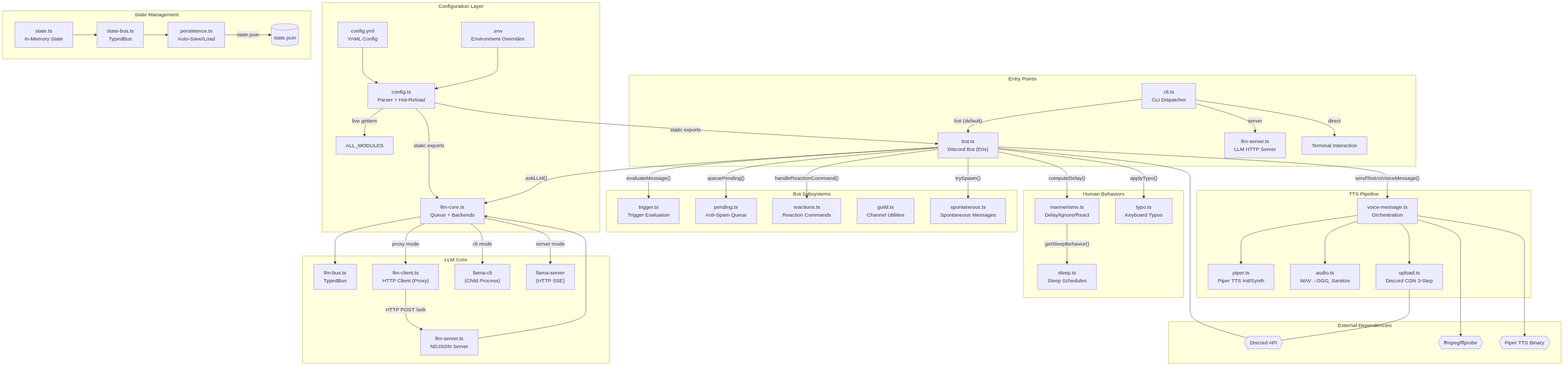
protocol-luna/krystal keeps this Mermaid diagram as state-machines/output/01-architecture-overview.png. Above is the earlier version. Its source is kept beside it as state-machines/01-architecture-overview.mmd. Its diagram source:
```mermaid
graph TB
    subgraph "Entry Points"
        CLI["cli.ts<br/>CLI Dispatcher"] -->|"bot (default)"| BOT["bot.ts<br/>Discord Bot (Eris)"]
        CLI -->|"server"| SRV["llm-server.ts<br/>LLM HTTP Server"]
        CLI -->|"direct"| DIRECT["Terminal Interaction"]
    end

    subgraph "Configuration Layer"
        CFG["config.yml<br/>YAML Config"] --> CFG_TS["config.ts<br/>Parser + Hot-Reload"]
        ENV[".env<br/>Environment Overrides"] --> CFG_TS
        CFG_TS -->|"static exports"| BOT
        CFG_TS -->|"static exports"| LLMCORE
        CFG_TS -->|"live getters"| ALL_MODULES
    end

    subgraph "LLM Core"
        LLMCORE["llm-core.ts<br/>Queue + Backends"]
        LLMBUS["llm-bus.ts<br/>TypedBus<LLMEvents>"]
        LLMCLIENT["llm-client.ts<br/>HTTP Client (Proxy)"]
        LLMSRV["llm-server.ts<br/>NDJSON Server"]

        LLMCORE --> LLMBUS
        LLMCORE -->|"proxy mode"| LLMCLIENT
        LLMCLIENT -->|"HTTP POST /ask"| LLMSRV
        LLMSRV --> LLMCORE
        LLMCORE -->|"cli mode"| LLAMACLI["llama-cli<br/>(Child Process)"]
        LLMCORE -->|"server mode"| LLAMASRV["llama-server<br/>(HTTP SSE)"]
    end

    subgraph "State Management"
        STATE["state.ts<br/>In-Memory State"]
        STATEBUS["state-bus.ts<br/>TypedBus<StateEvents>"]
        PERSIST["persistence.ts<br/>Auto-Save/Load"]
        STATE --> STATEBUS
        STATEBUS --> PERSIST
        PERSIST -->|"state.json"| DISK[(state.json)]
    end

    subgraph "Bot Subsystems"
        BOT
        TRIGGER["trigger.ts<br/>Trigger Evaluation"]
        PENDING["pending.ts<br/>Anti-Spam Queue"]
        REACTIONS["reactions.ts<br/>Reaction Commands"]
        GUILD["guild.ts<br/>Channel Utilities"]
        BOT -->|"evaluateMessage()"| TRIGGER
        BOT -->|"queuePending()"| PENDING
        BOT -->|"handleReactionCommand()"| REACTIONS
        SPONT["spontaneous.ts<br/>Spontaneous Messages"]
        BOT -->|"trySpawn()"| SPONT
    end

    subgraph "Human Behaviors"
        MANNER["mannerisms.ts<br/>Delay/Ignore/React"]
        SLEEP["sleep.ts<br/>Sleep Schedules"]
        TYPO["typo.ts<br/>Keyboard Typos"]
        MANNER -->|"getSleepBehavior()"| SLEEP
    end

    subgraph "TTS Pipeline"
        PIPER["piper.ts<br/>Piper TTS Init/Synth"]
        AUDIO["audio.ts<br/>WAV→OGG, Sanitize"]
        UPLOAD["upload.ts<br/>Discord CDN 3-Step"]
        VOICE["voice-message.ts<br/>Orchestration"]
        VOICE --> PIPER
        VOICE --> AUDIO
        VOICE --> UPLOAD
    end

    subgraph "External Dependencies"
        DISCORD{{"Discord API"}}
        FFMPEG{{"ffmpeg/ffprobe"}}
        PIPER_BIN{{"Piper TTS Binary"}}
        LLAMACLI
        LLAMASRV
    end

    BOT -->|"askLLM()"| LLMCORE
    BOT -->|"sendTextAsVoiceMessage()"| VOICE
    BOT -->|"computeDelay()"| MANNER
    BOT -->|"applyTypo()"| TYPO
    BOT --- DISCORD
    UPLOAD --- DISCORD
    VOICE --> PIPER_BIN
    VOICE --> FFMPEG
```
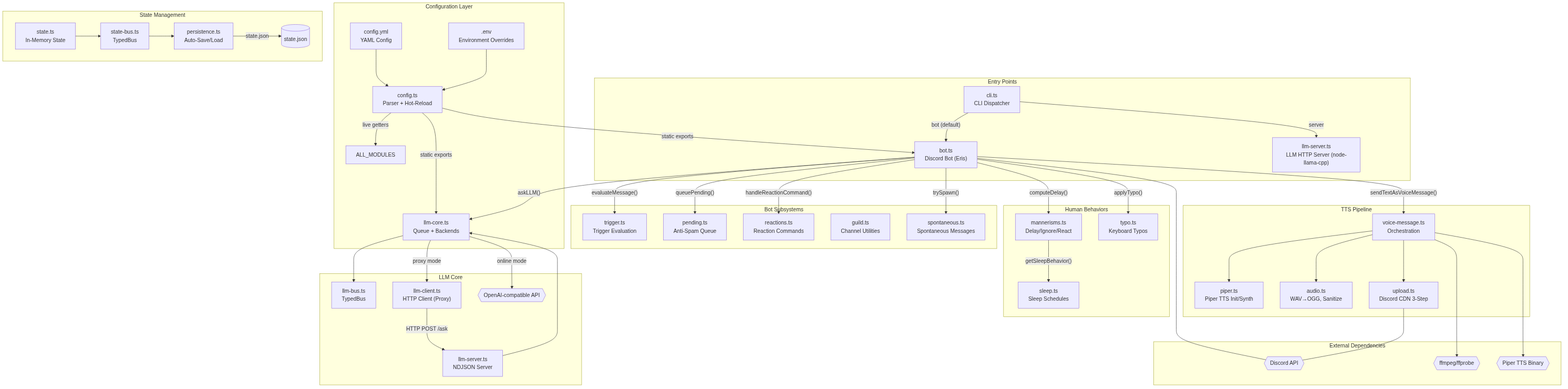
The same diagram one commit later.

The edit, as a diff of the source:
```diff
@@ -1,8 +1,7 @@
 graph TB
     subgraph "Entry Points"
         CLI["cli.ts<br/>CLI Dispatcher"] -->|"bot (default)"| BOT["bot.ts<br/>Discord Bot (Eris)"]
-        CLI -->|"server"| SRV["llm-server.ts<br/>LLM HTTP Server"]
-        CLI -->|"direct"| DIRECT["Terminal Interaction"]
+        CLI -->|"server"| SRV["llm-server.ts<br/>LLM HTTP Server (node-llama-cpp)"]
     end
 
     subgraph "Configuration Layer"
@@ -23,8 +22,7 @@
         LLMCORE -->|"proxy mode"| LLMCLIENT
         LLMCLIENT -->|"HTTP POST /ask"| LLMSRV
         LLMSRV --> LLMCORE
-        LLMCORE -->|"cli mode"| LLAMACLI["llama-cli<br/>(Child Process)"]
-        LLMCORE -->|"server mode"| LLAMASRV["llama-server<br/>(HTTP SSE)"]
+        LLMCORE -->|"online mode"| API{{"OpenAI-compatible API"}}
     end
 
     subgraph "State Management"
@@ -70,8 +68,6 @@
         DISCORD{{"Discord API"}}
         FFMPEG{{"ffmpeg/ffprobe"}}
         PIPER_BIN{{"Piper TTS Binary"}}
-        LLAMACLI
-        LLAMASRV
     end
 
     BOT -->|"askLLM()"| LLMCORE
```
